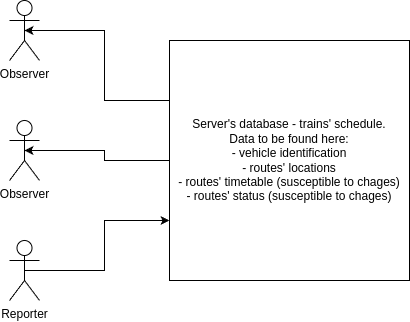
This is docs/RR use case diagram.drawio.png from petru-braha/RR-application, a draw.io export, as it was before one commit. Source tidied: cells renumbered, new cells last; positions are measured from the earlier drawing's top-left corner, leaving out a move shared by most shapes. The source it was exported from:
```xml
<mxGraphModel>
  <root>
    <mxCell id="0" />
    <mxCell id="1" parent="0" />
    <mxCell id="2" value="Observer&lt;div&gt;&lt;br&gt;&lt;/div&gt;" style="shape=umlActor;verticalLabelPosition=bottom;verticalAlign=top;html=1;outlineConnect=0;" parent="1" vertex="1">
      <mxGeometry width="30" height="60" as="geometry" />
    </mxCell>
    <mxCell id="3" style="edgeStyle=orthogonalEdgeStyle;rounded=0;jettySize=auto;html=1;exitX=0.5;exitY=0.5;exitDx=0;exitDy=0;exitPerimeter=0;entryX=0;entryY=0.75;entryDx=0;entryDy=0;" parent="1" edge="1" source="4" target="6">
      <mxGeometry relative="1" as="geometry" />
    </mxCell>
    <mxCell id="4" value="Reporter" style="shape=umlActor;verticalLabelPosition=bottom;verticalAlign=top;html=1;outlineConnect=0;" parent="1" vertex="1">
      <mxGeometry y="240" width="30" height="60" as="geometry" />
    </mxCell>
    <mxCell id="5" value="Observer&lt;div&gt;&lt;br&gt;&lt;/div&gt;" style="shape=umlActor;verticalLabelPosition=bottom;verticalAlign=top;html=1;outlineConnect=0;" parent="1" vertex="1">
      <mxGeometry y="120" width="30" height="60" as="geometry" />
    </mxCell>
    <mxCell id="6" value="Server's database - trains' schedule.&lt;br&gt;&lt;div&gt;Data to be found here:&lt;br&gt;- vehicle identification&lt;/div&gt;&lt;div&gt;- routes' locations&lt;/div&gt;&lt;div&gt;- routes' timetable (susceptible to chages)&lt;/div&gt;&lt;div&gt;- routes' status&amp;nbsp;&lt;span style=&quot;background-color: initial;&quot;&gt;(susceptible to chages)&lt;/span&gt;&lt;/div&gt;" style="whiteSpace=wrap;html=1;align=center;" parent="1" vertex="1">
      <mxGeometry x="160" y="40" width="240" height="240" as="geometry" />
    </mxCell>
    <mxCell id="7" style="edgeStyle=orthogonalEdgeStyle;rounded=0;jettySize=auto;html=1;exitX=0;exitY=0.25;exitDx=0;exitDy=0;entryX=0.5;entryY=0.5;entryDx=0;entryDy=0;entryPerimeter=0;" parent="1" edge="1" source="6" target="2">
      <mxGeometry relative="1" as="geometry" />
    </mxCell>
    <mxCell id="8" style="edgeStyle=orthogonalEdgeStyle;rounded=0;jettySize=auto;html=1;exitX=0;exitY=0.5;exitDx=0;exitDy=0;entryX=0.5;entryY=0.5;entryDx=0;entryDy=0;entryPerimeter=0;" parent="1" edge="1" source="6" target="5">
      <mxGeometry relative="1" as="geometry" />
    </mxCell>
  </root>
</mxGraphModel>
```
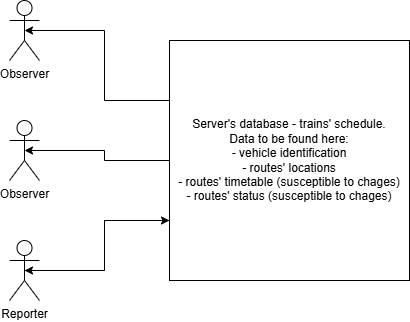
The same file after the commit.

Change to the diagram source:
```diff
@@ -23,5 +23,8 @@
     <mxCell id="8" style="edgeStyle=orthogonalEdgeStyle;rounded=0;jettySize=auto;html=1;exitX=0;exitY=0.5;exitDx=0;exitDy=0;entryX=0.5;entryY=0.5;entryDx=0;entryDy=0;entryPerimeter=0;" parent="1" edge="1" source="6" target="5">
       <mxGeometry relative="1" as="geometry" />
     </mxCell>
+    <mxCell id="9" style="edgeStyle=orthogonalEdgeStyle;rounded=0;jettySize=auto;html=1;exitX=0;exitY=0.75;exitDx=0;exitDy=0;entryX=0.5;entryY=0.5;entryDx=0;entryDy=0;entryPerimeter=0;" parent="1" edge="1" source="6" target="4">
+      <mxGeometry relative="1" as="geometry" />
+    </mxCell>
   </root>
 </mxGraphModel>
```
